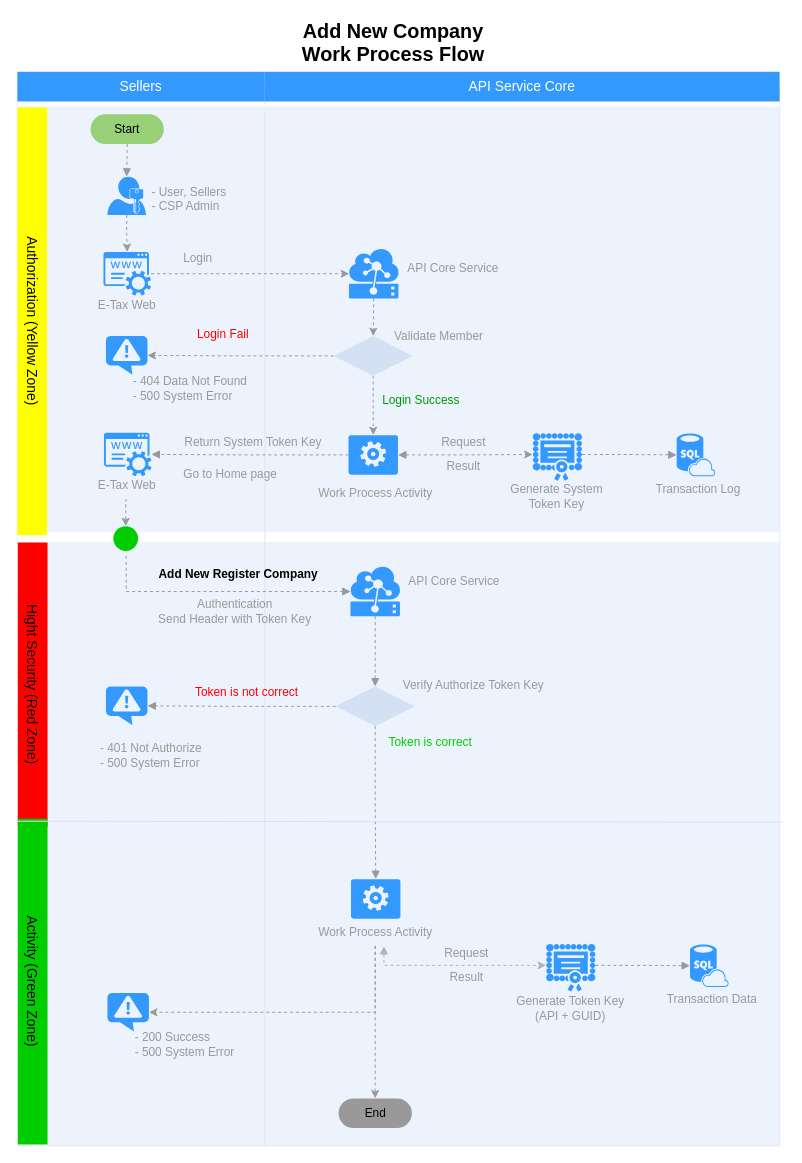
This is Add New Company in the corporate.drawio from nirawat/eTax, a draw.io file, before an edit. Source tidied: cells renumbered, new cells numbered last; positions are measured from the earlier drawing's top-left corner, leaving out a move shared by most shapes. Both pictures are drawn from the tidied source at 99%, with x=0, y=0 at pixel (-182, 17).
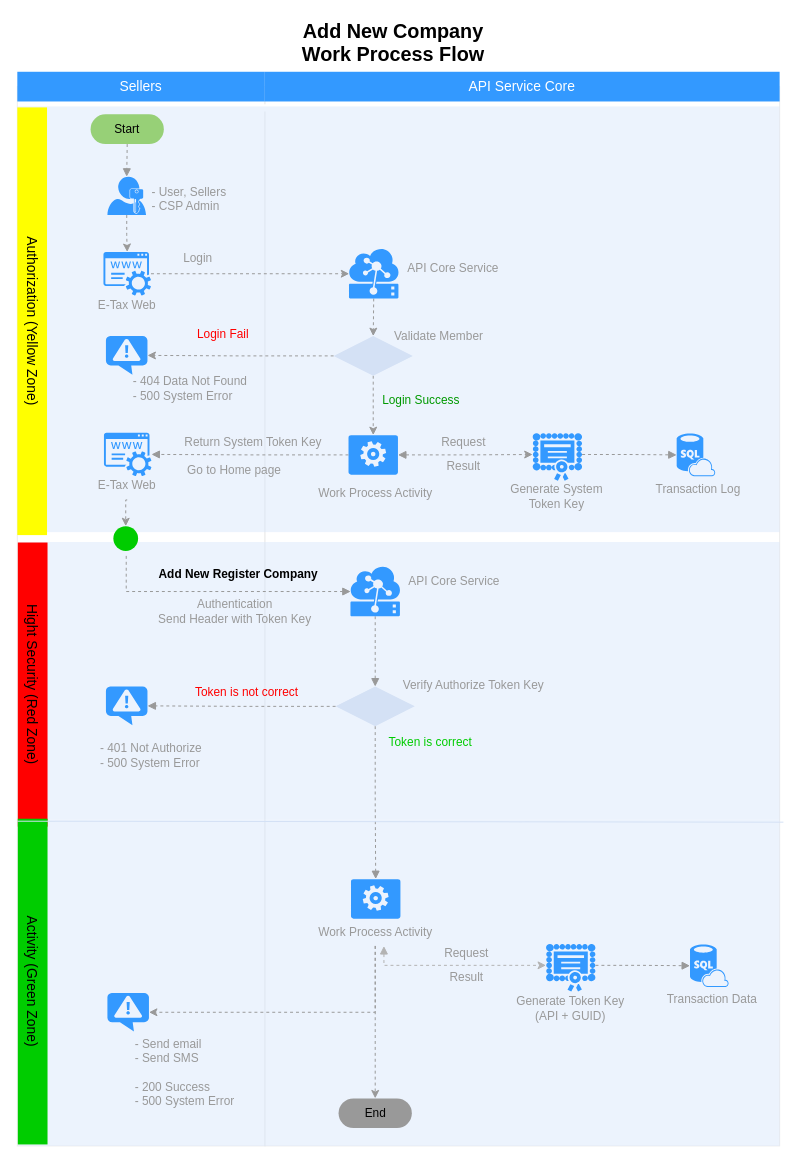
Above is the later version.

Diff of the diagram source:
```diff
@@
-    <mxCell id="87" value="- 200 Success&lt;br&gt;- 500 System Error&lt;br&gt;" style="text;html=1;strokeColor=none;fillColor=none;align=left;verticalAlign=middle;whiteSpace=wrap;rounded=0;fontSize=12;fontColor=#999999;" parent="1" vertex="1">
-      <mxGeometry x="317.5" y="1020.5" width="143" height="35" as="geometry" />
+    <mxCell id="87" value="- Send email&lt;br&gt;- Send SMS&lt;br&gt;&lt;br&gt;- 200 Success&lt;br&gt;- 500 System Error&lt;br&gt;" style="text;html=1;strokeColor=none;fillColor=none;align=left;verticalAlign=middle;whiteSpace=wrap;rounded=0;fontSize=12;fontColor=#999999;" parent="1" vertex="1">
+      <mxGeometry x="318" y="1021" width="143" height="90" as="geometry" />
     </mxCell>
@@
     <mxCell id="90" value="Go to Home page" style="text;html=1;strokeColor=none;fillColor=none;align=left;verticalAlign=middle;whiteSpace=wrap;rounded=0;fontSize=12;fontColor=#999999;" parent="1" vertex="1">
-      <mxGeometry x="367" y="447.5" width="124" height="29" as="geometry" />
+      <mxGeometry x="371" y="443" width="124" height="29" as="geometry" />
     </mxCell>
```
